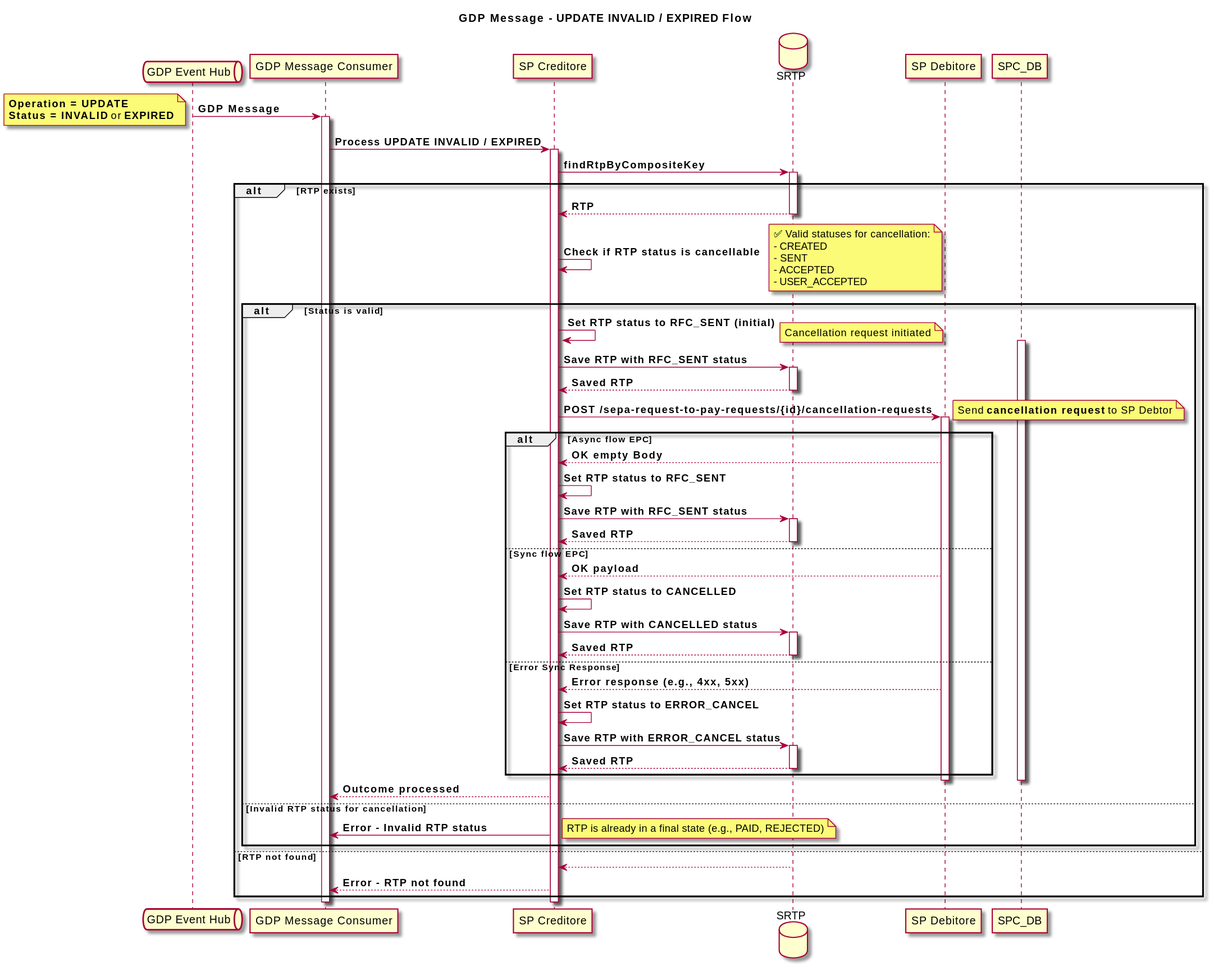
Before: diagrams/update-expired-invalid-queue-schema.svg, a diagram exported from PlantUML (pagopa/rtp-docs).
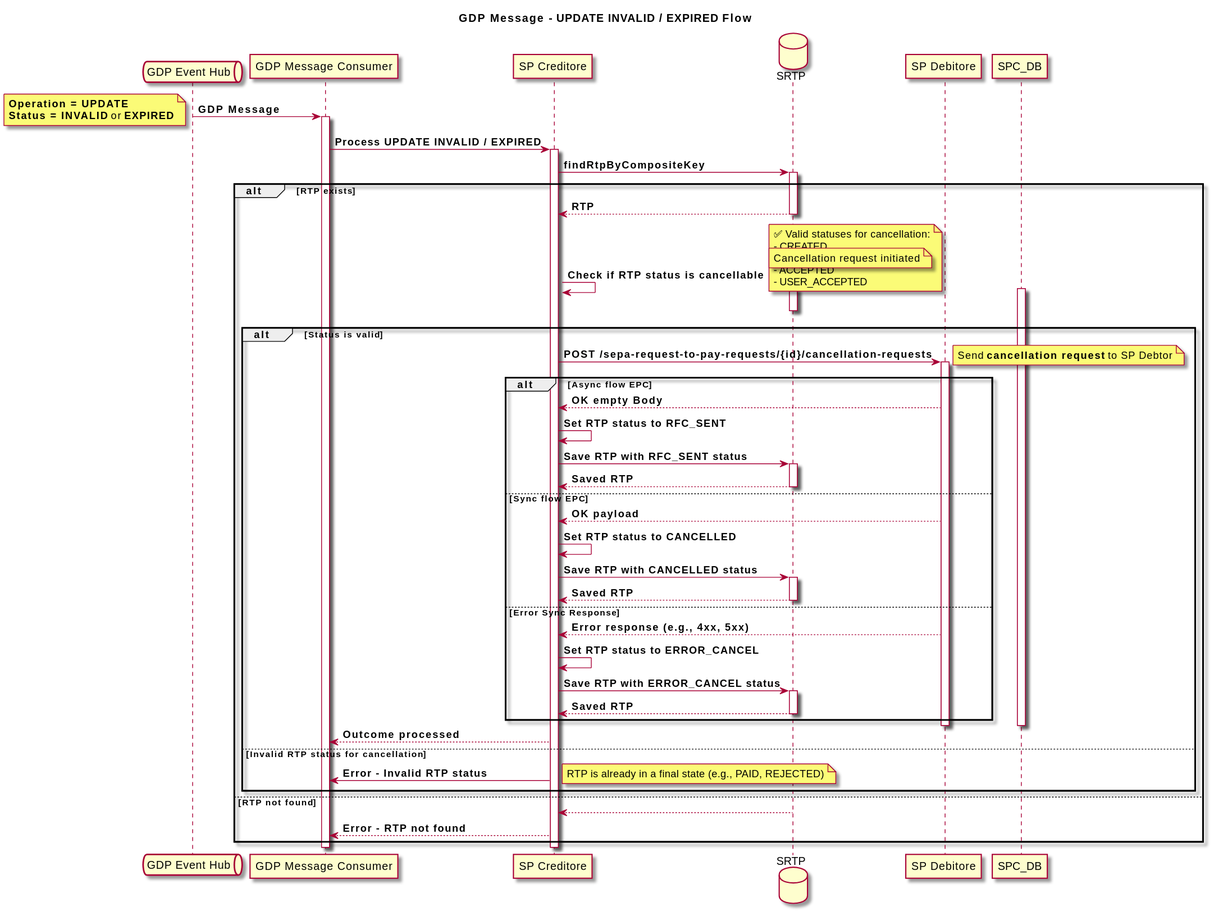
Later version of the same file.

Diff of the diagram source:
```diff
@@ -35,12 +35,9 @@
   end note
 
   alt **Status is valid**
-    SPC -> SPC: **Set RTP status to RFC_SENT (initial)**
     note right: Cancellation request initiated
     activate SPC_DB
-    SPC -> SRTP: **Save RTP with RFC_SENT status**
     activate SRTP
-    SRTP --> SPC: **Saved RTP**
     deactivate SRTP
 
     SPC -> SPD: **POST /sepa-request-to-pay-requests/{id}/cancellation-requests**
```
